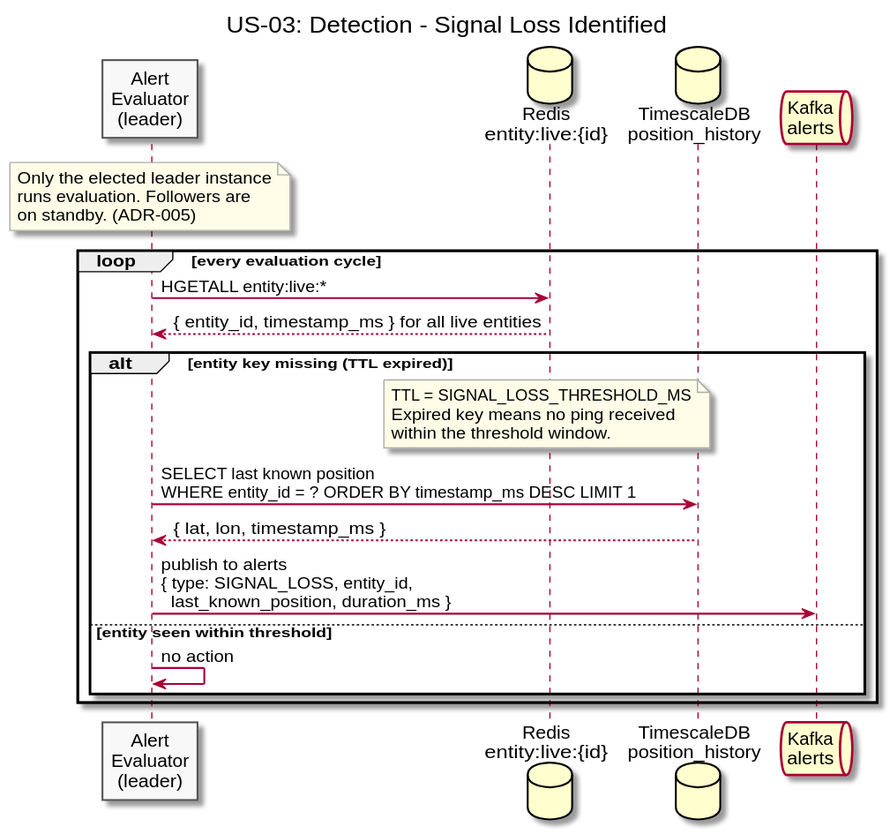
Earlier version of the PlantUML export diagrams/docs/use-cases/US-03-signal-loss-alert/detection.svg (Buffden/sentinel). Its diagram source:
```plantuml
@startuml detection
title US-03: Detection - Signal Loss Identified

skinparam sequenceArrowThickness 1.5
skinparam participantBorderColor #555555
skinparam participantBackgroundColor #F8F8F8
skinparam noteBorderColor #AAAAAA
skinparam noteBackgroundColor #FFFDE7

participant "Alert\nEvaluator\n(leader)" as Evaluator
database "Redis\nentity:live:{id}" as Redis
database "TimescaleDB\nposition_history" as TSDB
queue "Kafka\nalerts" as Kafka

note over Evaluator
  Only the elected leader instance
  runs evaluation. Followers are
  on standby. (ADR-005)
end note

loop every evaluation cycle
  Evaluator -> Redis : HGETALL entity:live:*
  Redis --> Evaluator : { entity_id, timestamp_ms } for all live entities

  alt entity key missing (TTL expired)
    note over Redis
      TTL = SIGNAL_LOSS_THRESHOLD_MS
      Expired key means no ping received
      within the threshold window.
    end note

    Evaluator -> TSDB : SELECT last known position\nWHERE entity_id = ? ORDER BY timestamp_ms DESC LIMIT 1
    TSDB --> Evaluator : { lat, lon, timestamp_ms }

    Evaluator -> Kafka : publish to alerts\n{ type: SIGNAL_LOSS, entity_id,\n  last_known_position, duration_ms }

  else entity seen within threshold
    Evaluator -> Evaluator : no action
  end
end

@enduml
```
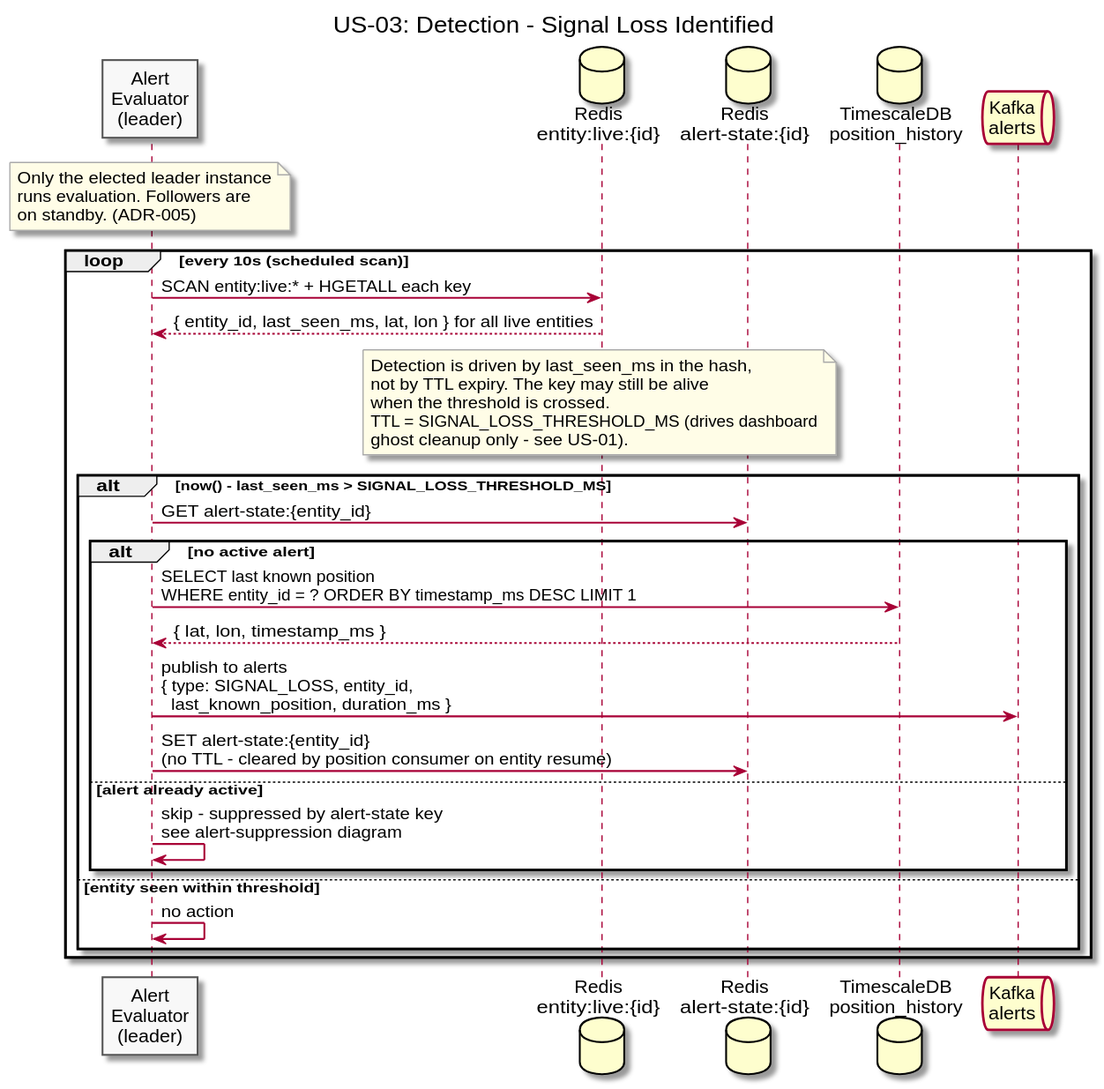
After the change.

Commit message:
chore: auto-export diagrams [skip ci]

Diff of the diagram source:
```diff
@@ -9,6 +9,7 @@
 
 participant "Alert\nEvaluator\n(leader)" as Evaluator
 database "Redis\nentity:live:{id}" as Redis
+database "Redis\nalert-state:{id}" as AlertState
 database "TimescaleDB\nposition_history" as TSDB
 queue "Kafka\nalerts" as Kafka
 
@@ -18,21 +19,31 @@
   on standby. (ADR-005)
 end note
 
-loop every evaluation cycle
-  Evaluator -> Redis : HGETALL entity:live:*
-  Redis --> Evaluator : { entity_id, timestamp_ms } for all live entities
+loop every 10s (scheduled scan)
+  Evaluator -> Redis : SCAN entity:live:* + HGETALL each key
+  Redis --> Evaluator : { entity_id, last_seen_ms, lat, lon } for all live entities
 
-  alt entity key missing (TTL expired)
-    note over Redis
-      TTL = SIGNAL_LOSS_THRESHOLD_MS
-      Expired key means no ping received
-      within the threshold window.
-    end note
+  note over Redis
+    Detection is driven by last_seen_ms in the hash,
+    not by TTL expiry. The key may still be alive
+    when the threshold is crossed.
+    TTL = SIGNAL_LOSS_THRESHOLD_MS (drives dashboard
+    ghost cleanup only - see US-01).
+  end note
 
-    Evaluator -> TSDB : SELECT last known position\nWHERE entity_id = ? ORDER BY timestamp_ms DESC LIMIT 1
-    TSDB --> Evaluator : { lat, lon, timestamp_ms }
+  alt now() - last_seen_ms > SIGNAL_LOSS_THRESHOLD_MS
+    Evaluator -> AlertState : GET alert-state:{entity_id}
 
-    Evaluator -> Kafka : publish to alerts\n{ type: SIGNAL_LOSS, entity_id,\n  last_known_position, duration_ms }
+    alt no active alert
+      Evaluator -> TSDB : SELECT last known position\nWHERE entity_id = ? ORDER BY timestamp_ms DESC LIMIT 1
+      TSDB --> Evaluator : { lat, lon, timestamp_ms }
+
+      Evaluator -> Kafka : publish to alerts\n{ type: SIGNAL_LOSS, entity_id,\n  last_known_position, duration_ms }
+      Evaluator -> AlertState : SET alert-state:{entity_id}\n(no TTL - cleared by position consumer on entity resume)
+
+    else alert already active
+      Evaluator -> Evaluator : skip - suppressed by alert-state key\nsee alert-suppression diagram
+    end
 
   else entity seen within threshold
     Evaluator -> Evaluator : no action
```
